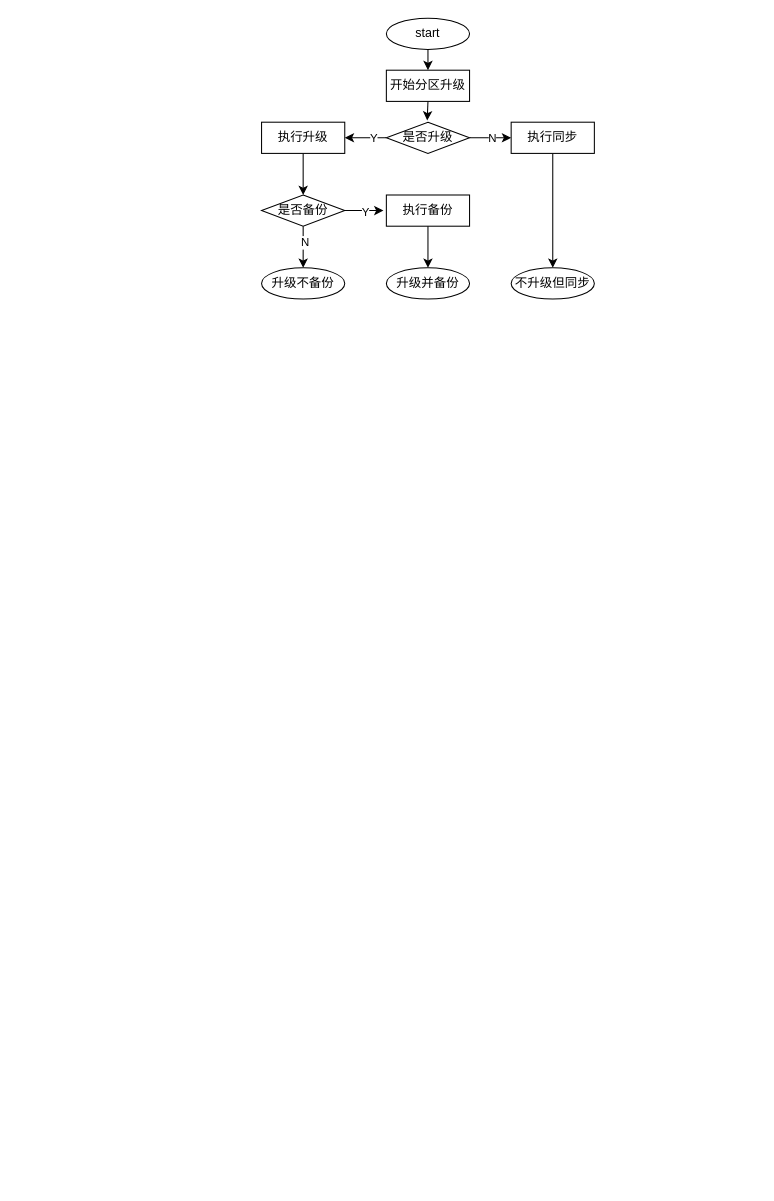
This is Sagemcom AB升级定制.drawio from chenxiahuaxu/drawio-app-data, a draw.io file, before an edit. Source tidied: cells renumbered, new cells numbered last; positions are measured from the earlier drawing's top-left corner, leaving out a move shared by most shapes. Both pictures are drawn from the tidied source at 104%, with x=0, y=0 at pixel (261, 18).
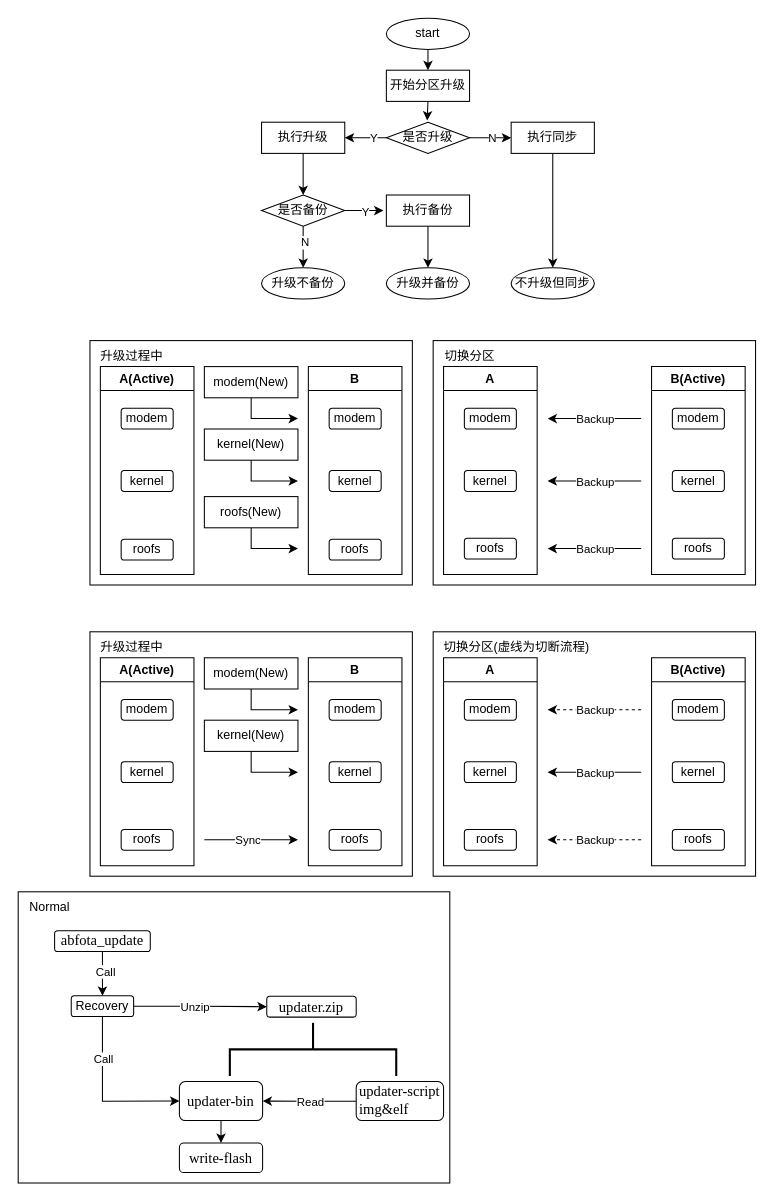
The same diagram, later.

Commit message:
更新Sagemcom AB升级定制.drawio

Change to the diagram source:
```diff
@@
+    <mxCell id="25" style="rounded=0;whiteSpace=wrap;html=1;" parent="1" vertex="1">
+      <mxGeometry x="-165" y="590" width="310" height="235" as="geometry" />
+    </mxCell>
@@
+    <mxCell id="26" value="A(Active)" style="swimlane;" parent="1" vertex="1">
+      <mxGeometry x="-155" y="615" width="90" height="200" as="geometry" />
+    </mxCell>
+    <mxCell id="27" value="modem" style="rounded=1;whiteSpace=wrap;html=1;" parent="26" vertex="1">
+      <mxGeometry x="20" y="40" width="50" height="20" as="geometry" />
+    </mxCell>
+    <mxCell id="28" value="kernel" style="rounded=1;whiteSpace=wrap;html=1;" parent="26" vertex="1">
+      <mxGeometry x="20" y="100" width="50" height="20" as="geometry" />
+    </mxCell>
+    <mxCell id="29" value="roofs" style="rounded=1;whiteSpace=wrap;html=1;" parent="26" vertex="1">
+      <mxGeometry x="20" y="165" width="50" height="20" as="geometry" />
+    </mxCell>
+    <mxCell id="30" value="B" style="swimlane;" parent="1" vertex="1">
+      <mxGeometry x="45" y="615" width="90" height="200" as="geometry" />
+    </mxCell>
+    <mxCell id="31" value="modem" style="rounded=1;whiteSpace=wrap;html=1;" parent="30" vertex="1">
+      <mxGeometry x="20" y="40" width="50" height="20" as="geometry" />
+    </mxCell>
+    <mxCell id="32" value="kernel" style="rounded=1;whiteSpace=wrap;html=1;" parent="30" vertex="1">
+      <mxGeometry x="20" y="100" width="50" height="20" as="geometry" />
+    </mxCell>
+    <mxCell id="33" value="roofs" style="rounded=1;whiteSpace=wrap;html=1;" parent="30" vertex="1">
+      <mxGeometry x="20" y="165" width="50" height="20" as="geometry" />
+    </mxCell>
+    <mxCell id="34" style="endArrow=classic;html=1;rounded=0;" parent="1" edge="1">
+      <mxGeometry relative="1" as="geometry">
+        <mxPoint x="-55" y="790" as="sourcePoint" />
+        <mxPoint x="35" y="790" as="targetPoint" />
+      </mxGeometry>
+    </mxCell>
+    <mxCell id="35" value="Sync" style="edgeLabel;html=1;align=center;verticalAlign=middle;" parent="34" vertex="1">
+      <mxGeometry x="-0.1" relative="1" as="geometry" />
+    </mxCell>
+    <mxCell id="36" value="modem(New)" style="rounded=0;whiteSpace=wrap;html=1;" parent="1" vertex="1">
+      <mxGeometry x="-55" y="615" width="90" height="30" as="geometry" />
+    </mxCell>
+    <mxCell id="37" style="endArrow=classic;html=1;rounded=0;entryX=0.645;entryY=0.489;entryDx=0;entryDy=0;entryPerimeter=0;exitX=0.5;exitY=1;exitDx=0;exitDy=0;" parent="1" edge="1" source="36">
+      <mxGeometry relative="1" as="geometry">
+        <mxPoint x="35" y="665" as="targetPoint" />
+        <Array as="points">
+          <mxPoint x="-10" y="665" />
+        </Array>
+      </mxGeometry>
+    </mxCell>
+    <mxCell id="38" style="rounded=0;whiteSpace=wrap;html=1;" parent="1" vertex="1">
+      <mxGeometry x="165" y="590" width="310" height="235" as="geometry" />
+    </mxCell>
+    <mxCell id="39" value="A" style="swimlane;" parent="1" vertex="1">
+      <mxGeometry x="175" y="615" width="90" height="200" as="geometry" />
+    </mxCell>
+    <mxCell id="40" value="modem" style="rounded=1;whiteSpace=wrap;html=1;" parent="39" vertex="1">
+      <mxGeometry x="20" y="40" width="50" height="20" as="geometry" />
+    </mxCell>
+    <mxCell id="41" value="kernel" style="rounded=1;whiteSpace=wrap;html=1;" parent="39" vertex="1">
+      <mxGeometry x="20" y="100" width="50" height="20" as="geometry" />
+    </mxCell>
+    <mxCell id="42" value="roofs" style="rounded=1;whiteSpace=wrap;html=1;" parent="39" vertex="1">
+      <mxGeometry x="20" y="165" width="50" height="20" as="geometry" />
+    </mxCell>
+    <mxCell id="43" value="B(Active)" style="swimlane;" parent="1" vertex="1">
+      <mxGeometry x="375" y="615" width="90" height="200" as="geometry" />
+    </mxCell>
+    <mxCell id="44" value="modem" style="rounded=1;whiteSpace=wrap;html=1;" parent="43" vertex="1">
+      <mxGeometry x="20" y="40" width="50" height="20" as="geometry" />
+    </mxCell>
+    <mxCell id="45" value="kernel" style="rounded=1;whiteSpace=wrap;html=1;" parent="43" vertex="1">
+      <mxGeometry x="20" y="100" width="50" height="20" as="geometry" />
+    </mxCell>
+    <mxCell id="46" value="roofs" style="rounded=1;whiteSpace=wrap;html=1;" parent="43" vertex="1">
+      <mxGeometry x="20" y="165" width="50" height="20" as="geometry" />
+    </mxCell>
+    <mxCell id="47" style="endArrow=classic;html=1;rounded=0;dashed=1;" parent="1" edge="1">
+      <mxGeometry relative="1" as="geometry">
+        <mxPoint x="365" y="665" as="sourcePoint" />
+        <mxPoint x="275" y="665" as="targetPoint" />
+      </mxGeometry>
+    </mxCell>
+    <mxCell id="48" value="Backup" style="edgeLabel;html=1;align=center;verticalAlign=middle;" parent="47" vertex="1">
+      <mxGeometry x="0.23" y="-1" relative="1" as="geometry">
+        <mxPoint x="10" y="1" as="offset" />
+      </mxGeometry>
+    </mxCell>
+    <mxCell id="49" style="endArrow=classic;html=1;rounded=0;" parent="1" edge="1">
+      <mxGeometry relative="1" as="geometry">
+        <mxPoint x="365" y="725" as="sourcePoint" />
+        <mxPoint x="275" y="725" as="targetPoint" />
+      </mxGeometry>
+    </mxCell>
+    <mxCell id="50" value="Backup" style="edgeLabel;html=1;align=center;verticalAlign=middle;" parent="49" vertex="1">
+      <mxGeometry x="0.23" y="-1" relative="1" as="geometry">
+        <mxPoint x="10" y="1" as="offset" />
+      </mxGeometry>
+    </mxCell>
+    <mxCell id="51" value="升级过程中" style="text;html=1;align=center;verticalAlign=middle;strokeColor=none;fillColor=none;" parent="1" vertex="1">
+      <mxGeometry x="-165" y="590" width="80" height="30" as="geometry" />
+    </mxCell>
+    <mxCell id="52" value="切换分区(虚线为切断流程)" style="text;html=1;align=center;verticalAlign=middle;strokeColor=none;fillColor=none;" parent="1" vertex="1">
+      <mxGeometry x="165" y="590" width="160" height="30" as="geometry" />
+    </mxCell>
+    <mxCell id="53" value="kernel(New)" style="rounded=0;whiteSpace=wrap;html=1;" parent="1" vertex="1">
+      <mxGeometry x="-55" y="675" width="90" height="30" as="geometry" />
+    </mxCell>
+    <mxCell id="54" style="endArrow=classic;html=1;rounded=0;entryX=0.645;entryY=0.489;entryDx=0;entryDy=0;entryPerimeter=0;exitX=0.5;exitY=1;exitDx=0;exitDy=0;" parent="1" edge="1">
+      <mxGeometry relative="1" as="geometry">
+        <mxPoint x="-10" y="705" as="sourcePoint" />
+        <mxPoint x="35" y="725" as="targetPoint" />
+        <Array as="points">
+          <mxPoint x="-10" y="725" />
+        </Array>
+      </mxGeometry>
+    </mxCell>
+    <mxCell id="55" style="rounded=0;whiteSpace=wrap;html=1;" parent="1" vertex="1">
+      <mxGeometry x="-234" y="840" width="415" height="280" as="geometry" />
+    </mxCell>
+    <mxCell id="56" style="edgeStyle=orthogonalEdgeStyle;rounded=0;jettySize=auto;html=1;entryX=0;entryY=0.5;entryDx=0;entryDy=0;" parent="1" edge="1" source="60" target="64">
+      <mxGeometry relative="1" as="geometry" />
+    </mxCell>
+    <mxCell id="57" value="Unzip" style="edgeLabel;html=1;align=center;verticalAlign=middle;" parent="56" vertex="1">
+      <mxGeometry x="-0.24" y="1" relative="1" as="geometry">
+        <mxPoint x="9" y="1" as="offset" />
+      </mxGeometry>
+    </mxCell>
+    <mxCell id="58" style="edgeStyle=orthogonalEdgeStyle;rounded=0;jettySize=auto;html=1;entryX=0;entryY=0.5;entryDx=0;entryDy=0;" parent="1" edge="1" source="60" target="66">
+      <mxGeometry relative="1" as="geometry">
+        <Array as="points">
+          <mxPoint x="-153" y="1041" />
+          <mxPoint x="-79" y="1041" />
+        </Array>
+      </mxGeometry>
+    </mxCell>
+    <mxCell id="59" value="Call" style="edgeLabel;html=1;align=center;verticalAlign=middle;" parent="58" vertex="1">
+      <mxGeometry x="-0.49" relative="1" as="geometry" />
+    </mxCell>
+    <mxCell id="60" value="Recovery" style="rounded=1;whiteSpace=wrap;html=1;" parent="1" vertex="1">
+      <mxGeometry x="-183" y="940" width="60" height="20" as="geometry" />
+    </mxCell>
+    <mxCell id="61" style="edgeStyle=orthogonalEdgeStyle;rounded=0;jettySize=auto;html=1;entryX=1;entryY=0.5;entryDx=0;entryDy=0;" parent="1" edge="1" source="63" target="66">
+      <mxGeometry relative="1" as="geometry" />
+    </mxCell>
+    <mxCell id="62" value="Read" style="edgeLabel;html=1;align=center;verticalAlign=middle;" parent="61" vertex="1">
+      <mxGeometry x="0.09" y="1" relative="1" as="geometry">
+        <mxPoint x="5" y="-1" as="offset" />
+      </mxGeometry>
+    </mxCell>
+    <mxCell id="63" value="&lt;p style=&quot;margin: 0pt 0pt 0.0001pt; text-align: justify; font-family: &amp;quot;Times New Roman&amp;quot;; font-size: 10.5pt;&quot; class=&quot;MsoNormal&quot;&gt;&lt;span style=&quot;font-family: 宋体; font-size: 10.5pt;&quot;&gt;&lt;font face=&quot;Times New Roman&quot;&gt;updater-&lt;/font&gt;&lt;/span&gt;&lt;span style=&quot;font-size: 10.5pt; background-color: initial;&quot;&gt;script&lt;br&gt;img&amp;amp;elf&lt;/span&gt;&lt;/p&gt;" style="rounded=1;whiteSpace=wrap;html=1;" parent="1" vertex="1">
+      <mxGeometry x="91" y="1022.5" width="84" height="37.5" as="geometry" />
+    </mxCell>
+    <mxCell id="64" value="&lt;p style=&quot;margin: 0pt 0pt 0.0001pt; text-align: justify; font-family: &amp;quot;Times New Roman&amp;quot;; font-size: 10.5pt;&quot; class=&quot;MsoNormal&quot;&gt;&lt;span style=&quot;font-family: 宋体; font-size: 10.5pt;&quot;&gt;&lt;font face=&quot;Times New Roman&quot;&gt;updater.zip&lt;/font&gt;&lt;/span&gt;&lt;/p&gt;" style="rounded=1;whiteSpace=wrap;html=1;" parent="1" vertex="1">
+      <mxGeometry x="5" y="940.5" width="86" height="20" as="geometry" />
+    </mxCell>
+    <mxCell id="65" style="edgeStyle=orthogonalEdgeStyle;rounded=0;jettySize=auto;html=1;" parent="1" edge="1" source="66" target="72">
+      <mxGeometry relative="1" as="geometry" />
+    </mxCell>
+    <mxCell id="66" value="&lt;p style=&quot;margin: 0pt 0pt 0.0001pt; text-align: justify; font-family: &amp;quot;Times New Roman&amp;quot;; font-size: 10.5pt;&quot; class=&quot;MsoNormal&quot;&gt;&lt;span style=&quot;font-family: 宋体; font-size: 10.5pt;&quot;&gt;&lt;font face=&quot;Times New Roman&quot;&gt;updater-bin&lt;/font&gt;&lt;/span&gt;&lt;/p&gt;" style="rounded=1;whiteSpace=wrap;html=1;" parent="1" vertex="1">
+      <mxGeometry x="-79" y="1022.5" width="80" height="37.5" as="geometry" />
+    </mxCell>
+    <mxCell id="67" style="strokeWidth=2;html=1;shape=mxgraph.flowchart.annotation_2;align=left;labelPosition=right;rotation=90;" parent="1" vertex="1">
+      <mxGeometry x="24" y="911.5" width="51" height="160" as="geometry" />
+    </mxCell>
+    <mxCell id="68" value="Normal" style="text;html=1;align=center;verticalAlign=middle;strokeColor=none;fillColor=none;" parent="1" vertex="1">
+      <mxGeometry x="-234" y="840" width="60" height="30" as="geometry" />
+    </mxCell>
+    <mxCell id="69" style="edgeStyle=orthogonalEdgeStyle;rounded=0;jettySize=auto;html=1;" parent="1" edge="1" source="71" target="60">
+      <mxGeometry relative="1" as="geometry" />
+    </mxCell>
+    <mxCell id="70" value="Call" style="edgeLabel;html=1;align=center;verticalAlign=middle;" parent="69" vertex="1">
+      <mxGeometry x="-0.11" y="2" relative="1" as="geometry" />
+    </mxCell>
+    <mxCell id="71" value="&lt;p style=&quot;margin: 0pt 0pt 0.0001pt; text-align: justify;&quot; class=&quot;MsoNormal&quot;&gt;&lt;font face=&quot;Times New Roman&quot;&gt;&lt;span style=&quot;font-size: 14px;&quot;&gt;abfota_update&lt;/span&gt;&lt;/font&gt;&lt;br&gt;&lt;/p&gt;" style="rounded=1;whiteSpace=wrap;html=1;" parent="1" vertex="1">
+      <mxGeometry x="-199" y="877.5" width="92" height="20" as="geometry" />
+    </mxCell>
+    <mxCell id="72" value="&lt;p style=&quot;margin: 0pt 0pt 0.0001pt; text-align: justify; font-family: &amp;quot;Times New Roman&amp;quot;; font-size: 10.5pt;&quot; class=&quot;MsoNormal&quot;&gt;&lt;span style=&quot;font-family: 宋体; font-size: 10.5pt;&quot;&gt;&lt;font face=&quot;Times New Roman&quot;&gt;write-flash&lt;/font&gt;&lt;/span&gt;&lt;/p&gt;" style="rounded=1;whiteSpace=wrap;html=1;" parent="1" vertex="1">
+      <mxGeometry x="-79" y="1081.5" width="80" height="28.5" as="geometry" />
+    </mxCell>
+    <mxCell id="73" style="endArrow=classic;html=1;rounded=0;dashed=1;" parent="1" edge="1">
+      <mxGeometry relative="1" as="geometry">
+        <mxPoint x="365" y="790" as="sourcePoint" />
+        <mxPoint x="275" y="790" as="targetPoint" />
+      </mxGeometry>
+    </mxCell>
+    <mxCell id="74" value="Backup" style="edgeLabel;html=1;align=center;verticalAlign=middle;" parent="73" vertex="1">
+      <mxGeometry x="0.23" y="-1" relative="1" as="geometry">
+        <mxPoint x="10" y="1" as="offset" />
+      </mxGeometry>
+    </mxCell>
+    <mxCell id="75" style="rounded=0;whiteSpace=wrap;html=1;" parent="1" vertex="1">
+      <mxGeometry x="-165" y="310" width="310" height="235" as="geometry" />
+    </mxCell>
+    <mxCell id="76" value="A(Active)" style="swimlane;" parent="1" vertex="1">
+      <mxGeometry x="-155" y="335" width="90" height="200" as="geometry" />
+    </mxCell>
+    <mxCell id="77" value="modem" style="rounded=1;whiteSpace=wrap;html=1;" parent="76" vertex="1">
+      <mxGeometry x="20" y="40" width="50" height="20" as="geometry" />
+    </mxCell>
+    <mxCell id="78" value="kernel" style="rounded=1;whiteSpace=wrap;html=1;" parent="76" vertex="1">
+      <mxGeometry x="20" y="100" width="50" height="20" as="geometry" />
+    </mxCell>
+    <mxCell id="79" value="roofs" style="rounded=1;whiteSpace=wrap;html=1;" parent="76" vertex="1">
+      <mxGeometry x="20" y="166" width="50" height="20" as="geometry" />
+    </mxCell>
+    <mxCell id="80" value="B" style="swimlane;" parent="1" vertex="1">
+      <mxGeometry x="45" y="335" width="90" height="200" as="geometry" />
+    </mxCell>
+    <mxCell id="81" value="modem" style="rounded=1;whiteSpace=wrap;html=1;" parent="80" vertex="1">
+      <mxGeometry x="20" y="40" width="50" height="20" as="geometry" />
+    </mxCell>
+    <mxCell id="82" value="kernel" style="rounded=1;whiteSpace=wrap;html=1;" parent="80" vertex="1">
+      <mxGeometry x="20" y="100" width="50" height="20" as="geometry" />
+    </mxCell>
+    <mxCell id="83" value="roofs" style="rounded=1;whiteSpace=wrap;html=1;" parent="80" vertex="1">
+      <mxGeometry x="20" y="166" width="50" height="20" as="geometry" />
+    </mxCell>
+    <mxCell id="84" value="modem(New)" style="rounded=0;whiteSpace=wrap;html=1;" parent="1" vertex="1">
+      <mxGeometry x="-55" y="335" width="90" height="30" as="geometry" />
+    </mxCell>
+    <mxCell id="85" style="endArrow=classic;html=1;rounded=0;entryX=0.645;entryY=0.489;entryDx=0;entryDy=0;entryPerimeter=0;exitX=0.5;exitY=1;exitDx=0;exitDy=0;" parent="1" edge="1" source="84">
+      <mxGeometry relative="1" as="geometry">
+        <mxPoint x="35" y="385" as="targetPoint" />
+        <Array as="points">
+          <mxPoint x="-10" y="385" />
+        </Array>
+      </mxGeometry>
+    </mxCell>
+    <mxCell id="86" style="rounded=0;whiteSpace=wrap;html=1;" parent="1" vertex="1">
+      <mxGeometry x="165" y="310" width="310" height="235" as="geometry" />
+    </mxCell>
+    <mxCell id="87" value="A" style="swimlane;" parent="1" vertex="1">
+      <mxGeometry x="175" y="335" width="90" height="200" as="geometry" />
+    </mxCell>
+    <mxCell id="88" value="modem" style="rounded=1;whiteSpace=wrap;html=1;" parent="87" vertex="1">
+      <mxGeometry x="20" y="40" width="50" height="20" as="geometry" />
+    </mxCell>
+    <mxCell id="89" value="kernel" style="rounded=1;whiteSpace=wrap;html=1;" parent="87" vertex="1">
+      <mxGeometry x="20" y="100" width="50" height="20" as="geometry" />
+    </mxCell>
+    <mxCell id="90" value="roofs" style="rounded=1;whiteSpace=wrap;html=1;" parent="87" vertex="1">
+      <mxGeometry x="20" y="165" width="50" height="20" as="geometry" />
+    </mxCell>
+    <mxCell id="91" value="B(Active)" style="swimlane;" parent="1" vertex="1">
+      <mxGeometry x="375" y="335" width="90" height="200" as="geometry" />
+    </mxCell>
+    <mxCell id="92" value="modem" style="rounded=1;whiteSpace=wrap;html=1;" parent="91" vertex="1">
+      <mxGeometry x="20" y="40" width="50" height="20" as="geometry" />
+    </mxCell>
+    <mxCell id="93" value="kernel" style="rounded=1;whiteSpace=wrap;html=1;" parent="91" vertex="1">
+      <mxGeometry x="20" y="100" width="50" height="20" as="geometry" />
+    </mxCell>
+    <mxCell id="94" value="roofs" style="rounded=1;whiteSpace=wrap;html=1;" parent="91" vertex="1">
+      <mxGeometry x="20" y="165" width="50" height="20" as="geometry" />
+    </mxCell>
+    <mxCell id="95" style="endArrow=classic;html=1;rounded=0;" parent="1" edge="1">
+      <mxGeometry relative="1" as="geometry">
+        <mxPoint x="365" y="385" as="sourcePoint" />
+        <mxPoint x="275" y="385" as="targetPoint" />
+      </mxGeometry>
+    </mxCell>
+    <mxCell id="96" value="Backup" style="edgeLabel;html=1;align=center;verticalAlign=middle;" parent="95" vertex="1">
+      <mxGeometry x="0.23" y="-1" relative="1" as="geometry">
+        <mxPoint x="10" y="1" as="offset" />
+      </mxGeometry>
+    </mxCell>
+    <mxCell id="97" style="endArrow=classic;html=1;rounded=0;" parent="1" edge="1">
+      <mxGeometry relative="1" as="geometry">
+        <mxPoint x="365" y="445" as="sourcePoint" />
+        <mxPoint x="275" y="445" as="targetPoint" />
+      </mxGeometry>
+    </mxCell>
+    <mxCell id="98" value="Backup" style="edgeLabel;html=1;align=center;verticalAlign=middle;" parent="97" vertex="1">
+      <mxGeometry x="0.23" y="-1" relative="1" as="geometry">
+        <mxPoint x="10" y="1" as="offset" />
+      </mxGeometry>
+    </mxCell>
+    <mxCell id="99" value="升级过程中" style="text;html=1;align=center;verticalAlign=middle;strokeColor=none;fillColor=none;" parent="1" vertex="1">
+      <mxGeometry x="-165" y="310" width="80" height="30" as="geometry" />
+    </mxCell>
+    <mxCell id="100" value="切换分区" style="text;html=1;align=center;verticalAlign=middle;strokeColor=none;fillColor=none;" parent="1" vertex="1">
+      <mxGeometry x="165" y="310" width="70" height="30" as="geometry" />
+    </mxCell>
+    <mxCell id="101" value="kernel(New)" style="rounded=0;whiteSpace=wrap;html=1;" parent="1" vertex="1">
+      <mxGeometry x="-55" y="395" width="90" height="30" as="geometry" />
+    </mxCell>
+    <mxCell id="102" style="endArrow=classic;html=1;rounded=0;entryX=0.645;entryY=0.489;entryDx=0;entryDy=0;entryPerimeter=0;exitX=0.5;exitY=1;exitDx=0;exitDy=0;" parent="1" edge="1">
+      <mxGeometry relative="1" as="geometry">
+        <mxPoint x="-10" y="425" as="sourcePoint" />
+        <mxPoint x="35" y="445" as="targetPoint" />
+        <Array as="points">
+          <mxPoint x="-10" y="445" />
+        </Array>
+      </mxGeometry>
+    </mxCell>
+    <mxCell id="103" style="endArrow=classic;html=1;rounded=0;" parent="1" edge="1">
+      <mxGeometry relative="1" as="geometry">
+        <mxPoint x="365" y="510" as="sourcePoint" />
+        <mxPoint x="275" y="510" as="targetPoint" />
+      </mxGeometry>
+    </mxCell>
+    <mxCell id="104" value="Backup" style="edgeLabel;html=1;align=center;verticalAlign=middle;" parent="103" vertex="1">
+      <mxGeometry x="0.23" y="-1" relative="1" as="geometry">
+        <mxPoint x="10" y="1" as="offset" />
+      </mxGeometry>
+    </mxCell>
+    <mxCell id="105" style="endArrow=classic;html=1;rounded=0;entryX=0.645;entryY=0.489;entryDx=0;entryDy=0;entryPerimeter=0;exitX=0.5;exitY=1;exitDx=0;exitDy=0;" parent="1" edge="1">
+      <mxGeometry relative="1" as="geometry">
+        <mxPoint x="-10" y="490" as="sourcePoint" />
+        <mxPoint x="35" y="510" as="targetPoint" />
+        <Array as="points">
+          <mxPoint x="-10" y="510" />
+        </Array>
+      </mxGeometry>
+    </mxCell>
+    <mxCell id="106" value="roofs(New)" style="rounded=0;whiteSpace=wrap;html=1;" parent="1" vertex="1">
+      <mxGeometry x="-55" y="460" width="90" height="30" as="geometry" />
+    </mxCell>
```
